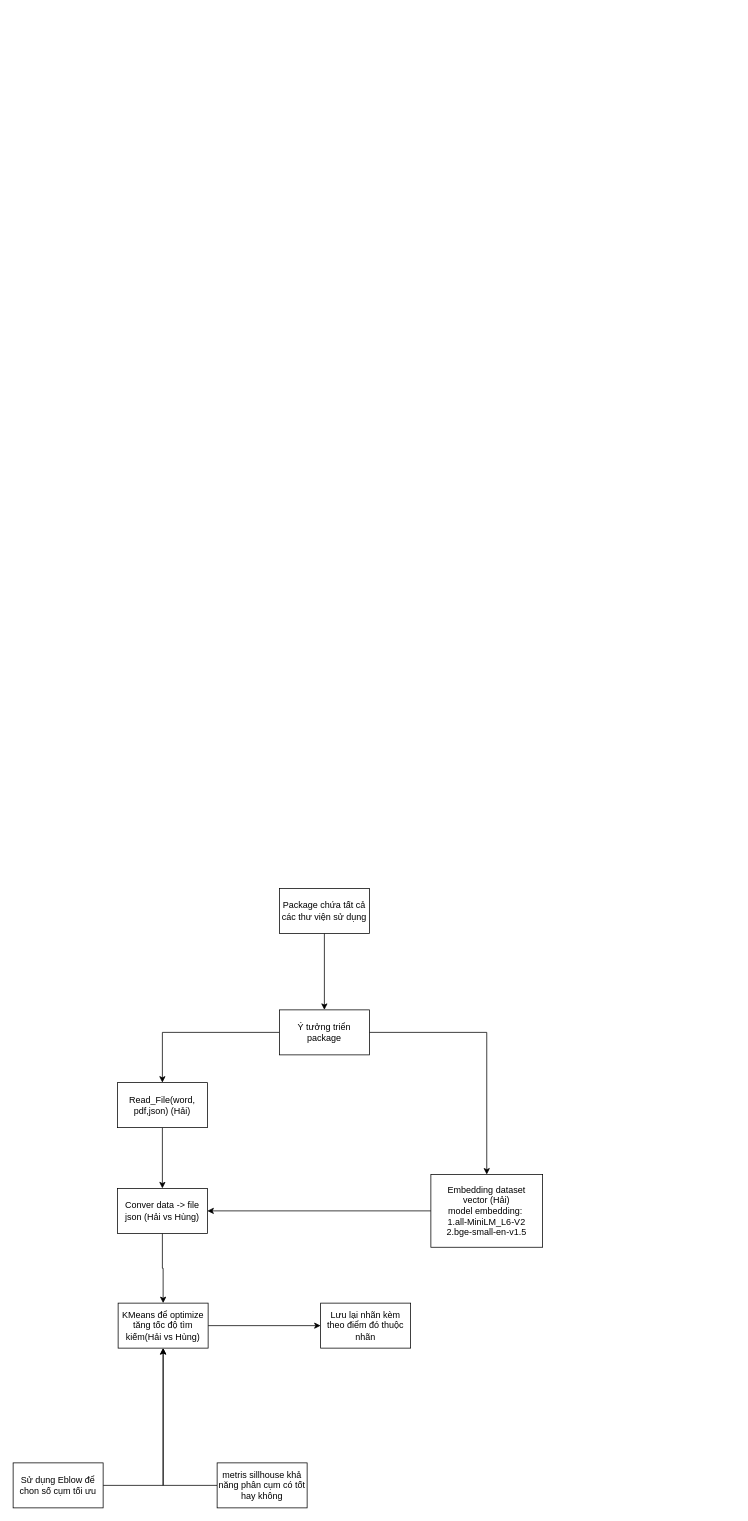
Earlier version of the draw.io diagram page "Hải Nguyễn vs Hùng(Viết package)" (2 of 7) of ID.drawio (PhamVanHung412004/Building_a_physics_problem_solving_system). Source tidied: cells renumbered, new cells numbered last; positions are measured from the earlier drawing's top-left corner, leaving out a move shared by most shapes. Both pictures are drawn from the tidied source at 75%, with x=0, y=0 at pixel (13, 888).
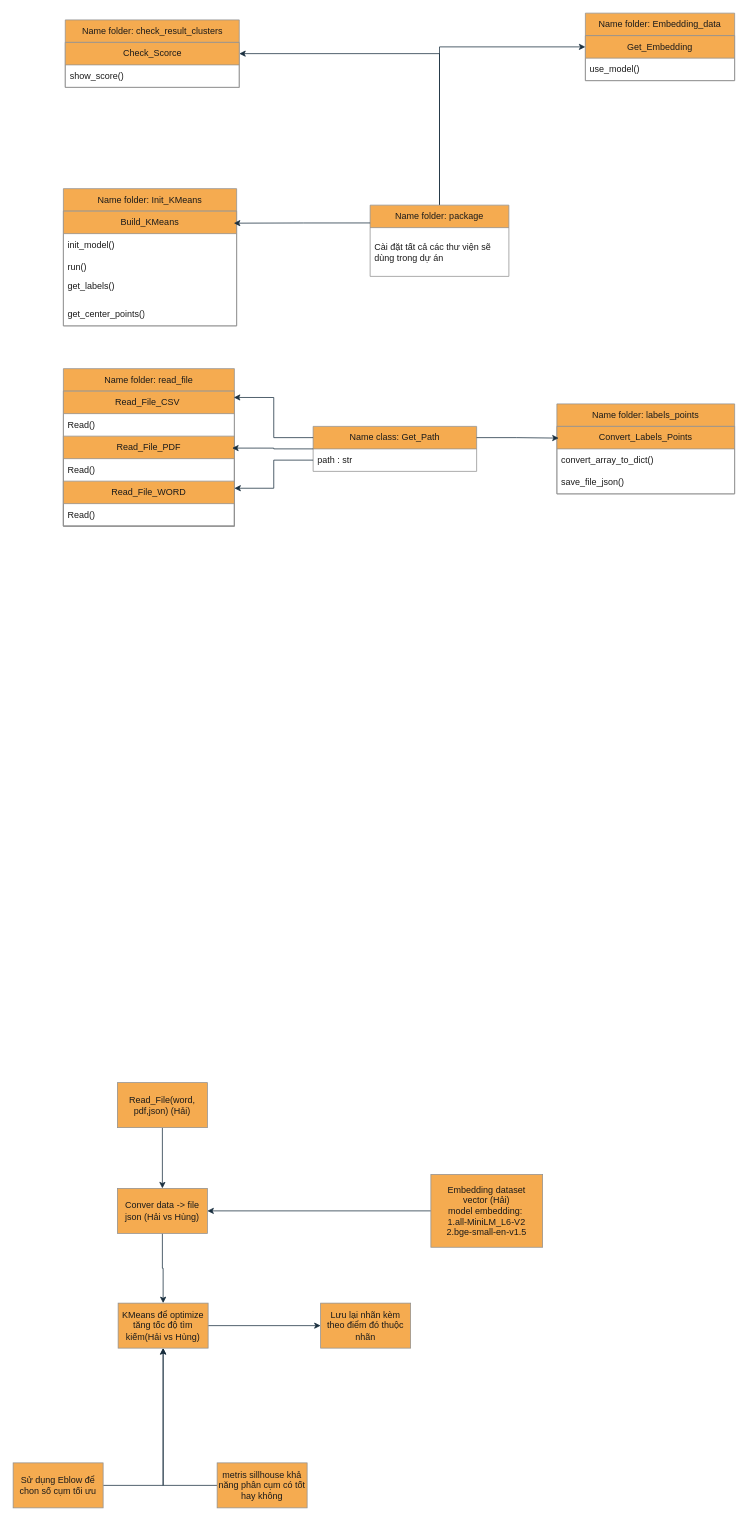
The same page after the edit.

What changed in the source:
```diff
@@
-    <mxCell id="2" style="edgeStyle=orthogonalEdgeStyle;rounded=0;jettySize=auto;html=1;" parent="1" edge="1" source="4" target="6">
-      <mxGeometry relative="1" as="geometry" />
-    </mxCell>
-    <mxCell id="3" style="edgeStyle=orthogonalEdgeStyle;rounded=0;jettySize=auto;html=1;" parent="1" edge="1" source="4" target="8">
-      <mxGeometry relative="1" as="geometry" />
-    </mxCell>
-    <mxCell id="4" value="Ý tưởng triển package" style="rounded=0;whiteSpace=wrap;html=1;" parent="1" vertex="1">
-      <mxGeometry x="355" y="162" width="120" height="60" as="geometry" />
-    </mxCell>
-    <mxCell id="5" style="edgeStyle=orthogonalEdgeStyle;rounded=0;jettySize=auto;html=1;" parent="1" edge="1" source="6" target="10">
+    <mxCell id="5" style="edgeStyle=orthogonalEdgeStyle;rounded=0;jettySize=auto;html=1;labelBackgroundColor=none;fontColor=default;strokeColor=#182E3E;" parent="1" edge="1" source="6" target="10">
       <mxGeometry relative="1" as="geometry" />
     </mxCell>
-    <mxCell id="6" value="Read_File(word, pdf,json) (Hải)" style="whiteSpace=wrap;html=1;rounded=0;" parent="1" vertex="1">
+    <mxCell id="6" value="Read_File(word, pdf,json) (Hải)" style="whiteSpace=wrap;html=1;rounded=0;labelBackgroundColor=none;fillColor=#F5AB50;strokeColor=#909090;fontColor=#1A1A1A;" parent="1" vertex="1">
       <mxGeometry x="139" y="259" width="120" height="60" as="geometry" />
     </mxCell>
-    <mxCell id="7" style="edgeStyle=orthogonalEdgeStyle;rounded=0;jettySize=auto;html=1;entryX=1;entryY=0.5;entryDx=0;entryDy=0;" parent="1" edge="1" source="8" target="10">
+    <mxCell id="7" style="edgeStyle=orthogonalEdgeStyle;rounded=0;jettySize=auto;html=1;entryX=1;entryY=0.5;entryDx=0;entryDy=0;labelBackgroundColor=none;fontColor=default;strokeColor=#182E3E;" parent="1" edge="1" source="8" target="10">
       <mxGeometry relative="1" as="geometry" />
     </mxCell>
-    <mxCell id="8" value="Embedding dataset&lt;div&gt;vector (Hải)&lt;/div&gt;&lt;div&gt;model embedding:&amp;nbsp;&lt;div&gt;1.all-MiniLM_L6-V2&lt;div&gt;2.bge-small-en-v1.5&lt;/div&gt;&lt;/div&gt;&lt;/div&gt;" style="whiteSpace=wrap;html=1;rounded=0;" parent="1" vertex="1">
+    <mxCell id="8" value="Embedding dataset&lt;div&gt;vector (Hải)&lt;/div&gt;&lt;div&gt;model embedding:&amp;nbsp;&lt;div&gt;1.all-MiniLM_L6-V2&lt;div&gt;2.bge-small-en-v1.5&lt;/div&gt;&lt;/div&gt;&lt;/div&gt;" style="whiteSpace=wrap;html=1;rounded=0;labelBackgroundColor=none;fillColor=#F5AB50;strokeColor=#909090;fontColor=#1A1A1A;" parent="1" vertex="1">
       <mxGeometry x="557" y="381.5" width="149" height="97" as="geometry" />
     </mxCell>
-    <mxCell id="9" style="edgeStyle=orthogonalEdgeStyle;rounded=0;jettySize=auto;html=1;entryX=0.5;entryY=0;entryDx=0;entryDy=0;" parent="1" edge="1" source="10" target="12">
+    <mxCell id="9" style="edgeStyle=orthogonalEdgeStyle;rounded=0;jettySize=auto;html=1;entryX=0.5;entryY=0;entryDx=0;entryDy=0;labelBackgroundColor=none;fontColor=default;strokeColor=#182E3E;" parent="1" edge="1" source="10" target="12">
       <mxGeometry relative="1" as="geometry" />
     </mxCell>
-    <mxCell id="10" value="Conver data -&amp;gt; file json (Hải vs Hùng)" style="whiteSpace=wrap;html=1;rounded=0;" parent="1" vertex="1">
+    <mxCell id="10" value="Conver data -&amp;gt; file json (Hải vs Hùng)" style="whiteSpace=wrap;html=1;rounded=0;labelBackgroundColor=none;fillColor=#F5AB50;strokeColor=#909090;fontColor=#1A1A1A;" parent="1" vertex="1">
       <mxGeometry x="139" y="400" width="120" height="60" as="geometry" />
     </mxCell>
-    <mxCell id="11" style="edgeStyle=orthogonalEdgeStyle;rounded=0;jettySize=auto;html=1;" parent="1" edge="1" source="12" target="17">
+    <mxCell id="11" style="edgeStyle=orthogonalEdgeStyle;rounded=0;jettySize=auto;html=1;labelBackgroundColor=none;fontColor=default;strokeColor=#182E3E;" parent="1" edge="1" source="12" target="17">
       <mxGeometry relative="1" as="geometry" />
     </mxCell>
-    <mxCell id="12" value="KMeans để optimize tăng tốc độ tìm kiếm(Hải vs Hùng)" style="rounded=0;whiteSpace=wrap;html=1;" parent="1" vertex="1">
+    <mxCell id="12" value="KMeans để optimize tăng tốc độ tìm kiếm(Hải vs Hùng)" style="rounded=0;whiteSpace=wrap;html=1;labelBackgroundColor=none;fillColor=#F5AB50;strokeColor=#909090;fontColor=#1A1A1A;" parent="1" vertex="1">
       <mxGeometry x="140" y="553" width="120" height="60" as="geometry" />
     </mxCell>
-    <mxCell id="13" style="edgeStyle=orthogonalEdgeStyle;rounded=0;jettySize=auto;html=1;exitX=1;exitY=0.5;exitDx=0;exitDy=0;entryX=0.5;entryY=1;entryDx=0;entryDy=0;" parent="1" edge="1" source="14" target="12">
+    <mxCell id="13" style="edgeStyle=orthogonalEdgeStyle;rounded=0;jettySize=auto;html=1;exitX=1;exitY=0.5;exitDx=0;exitDy=0;entryX=0.5;entryY=1;entryDx=0;entryDy=0;labelBackgroundColor=none;fontColor=default;strokeColor=#182E3E;" parent="1" edge="1" source="14" target="12">
       <mxGeometry relative="1" as="geometry" />
     </mxCell>
-    <mxCell id="14" value="Sử dụng Eblow để chon số cụm tối ưu" style="rounded=0;whiteSpace=wrap;html=1;" parent="1" vertex="1">
+    <mxCell id="14" value="Sử dụng Eblow để chon số cụm tối ưu" style="rounded=0;whiteSpace=wrap;html=1;labelBackgroundColor=none;fillColor=#F5AB50;strokeColor=#909090;fontColor=#1A1A1A;" parent="1" vertex="1">
       <mxGeometry y="766" width="120" height="60" as="geometry" />
     </mxCell>
-    <mxCell id="15" style="edgeStyle=orthogonalEdgeStyle;rounded=0;jettySize=auto;html=1;exitX=0;exitY=0.5;exitDx=0;exitDy=0;entryX=0.5;entryY=1;entryDx=0;entryDy=0;" parent="1" edge="1" source="16" target="12">
+    <mxCell id="15" style="edgeStyle=orthogonalEdgeStyle;rounded=0;jettySize=auto;html=1;exitX=0;exitY=0.5;exitDx=0;exitDy=0;entryX=0.5;entryY=1;entryDx=0;entryDy=0;labelBackgroundColor=none;fontColor=default;strokeColor=#182E3E;" parent="1" edge="1" source="16" target="12">
       <mxGeometry relative="1" as="geometry" />
     </mxCell>
-    <mxCell id="16" value="metris sillhouse khả năng phân cụm có tốt hay không" style="whiteSpace=wrap;html=1;" parent="1" vertex="1">
+    <mxCell id="16" value="metris sillhouse khả năng phân cụm có tốt hay không" style="whiteSpace=wrap;html=1;labelBackgroundColor=none;fillColor=#F5AB50;strokeColor=#909090;fontColor=#1A1A1A;" parent="1" vertex="1">
       <mxGeometry x="272" y="766" width="120" height="60" as="geometry" />
     </mxCell>
-    <mxCell id="17" value="Lưu lại nhãn kèm theo điểm đó thuộc nhãn" style="whiteSpace=wrap;html=1;rounded=0;" parent="1" vertex="1">
+    <mxCell id="17" value="Lưu lại nhãn kèm theo điểm đó thuộc nhãn" style="whiteSpace=wrap;html=1;rounded=0;labelBackgroundColor=none;fillColor=#F5AB50;strokeColor=#909090;fontColor=#1A1A1A;" parent="1" vertex="1">
       <mxGeometry x="410" y="553" width="120" height="60" as="geometry" />
     </mxCell>
-    <mxCell id="18" style="edgeStyle=orthogonalEdgeStyle;rounded=0;jettySize=auto;html=1;entryX=0.5;entryY=0;entryDx=0;entryDy=0;" parent="1" edge="1" source="19" target="4">
-      <mxGeometry relative="1" as="geometry" />
-    </mxCell>
-    <mxCell id="19" value="Package chứa tất cả các thư viện sử dụng" style="rounded=0;whiteSpace=wrap;html=1;" parent="1" vertex="1">
-      <mxGeometry x="355" width="120" height="60" as="geometry" />
-    </mxCell>
+    <mxCell id="20" style="edgeStyle=orthogonalEdgeStyle;rounded=0;jettySize=auto;html=1;exitX=0.5;exitY=0;exitDx=0;exitDy=0;entryX=1;entryY=0.25;entryDx=0;entryDy=0;strokeColor=#182E3E;fontColor=#1A1A1A;" parent="1" edge="1" source="22" target="25">
+      <mxGeometry relative="1" as="geometry" />
+    </mxCell>
+    <mxCell id="21" style="edgeStyle=orthogonalEdgeStyle;rounded=0;jettySize=auto;html=1;exitX=0.5;exitY=0;exitDx=0;exitDy=0;entryX=0;entryY=0.5;entryDx=0;entryDy=0;strokeColor=#182E3E;fontColor=#1A1A1A;" parent="1" edge="1" source="22" target="27">
+      <mxGeometry relative="1" as="geometry" />
+    </mxCell>
+    <mxCell id="22" value="Name folder: package" style="swimlane;fontStyle=0;horizontal=1;startSize=30;whiteSpace=wrap;html=1;labelBackgroundColor=none;fillColor=#F5AB50;strokeColor=#909090;fontColor=#1A1A1A;" parent="1" vertex="1">
+      <mxGeometry x="476" y="-911" width="185" height="95" as="geometry" />
+    </mxCell>
+    <mxCell id="23" value="Cài đặt tất cả các thư viện sẽ dùng trong dự án" style="text;strokeColor=none;fillColor=none;align=left;verticalAlign=middle;spacingLeft=4;spacingRight=4;overflow=hidden;whiteSpace=wrap;html=1;labelBackgroundColor=none;fontColor=#1A1A1A;" parent="22" vertex="1">
+      <mxGeometry y="30" width="185" height="65" as="geometry" />
+    </mxCell>
+    <mxCell id="24" value="Name folder: check_result_clusters" style="swimlane;fontStyle=0;horizontal=1;startSize=30;whiteSpace=wrap;html=1;labelBackgroundColor=none;fillColor=#F5AB50;strokeColor=#909090;fontColor=#1A1A1A;" parent="1" vertex="1">
+      <mxGeometry x="69.5" y="-1158" width="232" height="90" as="geometry" />
+    </mxCell>
+    <mxCell id="25" value="&lt;span style=&quot;text-align: left;&quot;&gt;Check_Scorce&lt;/span&gt;" style="swimlane;fontStyle=0;horizontal=1;startSize=30;whiteSpace=wrap;html=1;strokeColor=#909090;fontColor=#1A1A1A;fillColor=#F5AB50;" parent="24" vertex="1">
+      <mxGeometry y="30" width="232" height="60" as="geometry" />
+    </mxCell>
+    <mxCell id="26" value="show_score()" style="text;strokeColor=none;fillColor=none;align=left;verticalAlign=middle;spacingLeft=4;spacingRight=4;overflow=hidden;whiteSpace=wrap;html=1;fontColor=#1A1A1A;" parent="25" vertex="1">
+      <mxGeometry y="30" width="232" height="30" as="geometry" />
+    </mxCell>
+    <mxCell id="27" value="Name folder: Embedding_data" style="swimlane;fontStyle=0;horizontal=1;startSize=30;whiteSpace=wrap;html=1;strokeColor=#909090;fontColor=#1A1A1A;fillColor=#F5AB50;" parent="1" vertex="1">
+      <mxGeometry x="763" y="-1167" width="199" height="90" as="geometry" />
+    </mxCell>
+    <mxCell id="28" value="Get_Embedding" style="swimlane;fontStyle=0;horizontal=1;startSize=30;whiteSpace=wrap;html=1;strokeColor=#909090;fontColor=#1A1A1A;fillColor=#F5AB50;" parent="27" vertex="1">
+      <mxGeometry y="30" width="199" height="60" as="geometry" />
+    </mxCell>
+    <mxCell id="29" value="use_model()" style="text;strokeColor=none;fillColor=none;align=left;verticalAlign=middle;spacingLeft=4;spacingRight=4;overflow=hidden;whiteSpace=wrap;html=1;fontColor=#1A1A1A;" parent="28" vertex="1">
+      <mxGeometry y="30" width="199" height="30" as="geometry" />
+    </mxCell>
+    <mxCell id="30" value="Name folder: labels_points" style="swimlane;fontStyle=0;horizontal=1;startSize=30;whiteSpace=wrap;html=1;strokeColor=#909090;fontColor=#1A1A1A;fillColor=#F5AB50;" parent="1" vertex="1">
+      <mxGeometry x="725" y="-646" width="237" height="120" as="geometry" />
+    </mxCell>
+    <mxCell id="31" value="Convert_Labels_Points" style="swimlane;fontStyle=0;horizontal=1;startSize=30;whiteSpace=wrap;html=1;strokeColor=#909090;fontColor=#1A1A1A;fillColor=#F5AB50;" parent="30" vertex="1">
+      <mxGeometry y="30" width="237" height="90" as="geometry" />
+    </mxCell>
+    <mxCell id="32" value="convert_array_to_dict()" style="text;strokeColor=none;fillColor=none;align=left;verticalAlign=middle;spacingLeft=4;spacingRight=4;overflow=hidden;whiteSpace=wrap;html=1;fontColor=#1A1A1A;" parent="31" vertex="1">
+      <mxGeometry y="30" width="237" height="30" as="geometry" />
+    </mxCell>
+    <mxCell id="33" value="save_file_json()" style="text;strokeColor=none;fillColor=none;align=left;verticalAlign=middle;spacingLeft=4;spacingRight=4;overflow=hidden;whiteSpace=wrap;html=1;fontColor=#1A1A1A;" parent="31" vertex="1">
+      <mxGeometry y="60" width="237" height="30" as="geometry" />
+    </mxCell>
+    <mxCell id="34" value="Name folder: read_file" style="swimlane;fontStyle=0;horizontal=1;startSize=30;whiteSpace=wrap;html=1;strokeColor=#909090;fontColor=#1A1A1A;fillColor=#F5AB50;" parent="1" vertex="1">
+      <mxGeometry x="67" y="-693" width="228" height="210" as="geometry" />
+    </mxCell>
+    <mxCell id="35" value="Read_File_CSV&amp;nbsp;" style="swimlane;fontStyle=0;horizontal=1;startSize=30;whiteSpace=wrap;html=1;strokeColor=#909090;fontColor=#1A1A1A;fillColor=#F5AB50;" parent="34" vertex="1">
+      <mxGeometry y="30" width="228" height="180" as="geometry" />
+    </mxCell>
+    <mxCell id="36" value="Read()" style="text;strokeColor=none;fillColor=none;align=left;verticalAlign=middle;spacingLeft=4;spacingRight=4;overflow=hidden;whiteSpace=wrap;html=1;fontColor=#1A1A1A;" parent="35" vertex="1">
+      <mxGeometry y="30" width="228" height="30" as="geometry" />
+    </mxCell>
+    <mxCell id="37" value="Read_File_PDF" style="swimlane;fontStyle=0;horizontal=1;startSize=30;whiteSpace=wrap;html=1;strokeColor=#909090;fontColor=#1A1A1A;fillColor=#F5AB50;" parent="35" vertex="1">
+      <mxGeometry y="60" width="228" height="120" as="geometry" />
+    </mxCell>
+    <mxCell id="38" value="Read()" style="text;strokeColor=none;fillColor=none;align=left;verticalAlign=middle;spacingLeft=4;spacingRight=4;overflow=hidden;whiteSpace=wrap;html=1;fontColor=#1A1A1A;" parent="37" vertex="1">
+      <mxGeometry y="30" width="228" height="30" as="geometry" />
+    </mxCell>
+    <mxCell id="39" value="Read_File_WORD" style="swimlane;fontStyle=0;horizontal=1;startSize=30;whiteSpace=wrap;html=1;strokeColor=#909090;fontColor=#1A1A1A;fillColor=#F5AB50;" parent="37" vertex="1">
+      <mxGeometry y="60" width="228" height="60" as="geometry" />
+    </mxCell>
+    <mxCell id="40" value="Read()" style="text;strokeColor=none;fillColor=none;align=left;verticalAlign=middle;spacingLeft=4;spacingRight=4;overflow=hidden;whiteSpace=wrap;html=1;fontColor=#1A1A1A;" parent="39" vertex="1">
+      <mxGeometry y="30" width="228" height="30" as="geometry" />
+    </mxCell>
+    <mxCell id="41" value="Name folder: Init_KMeans" style="swimlane;fontStyle=0;horizontal=1;startSize=30;whiteSpace=wrap;html=1;strokeColor=#909090;fontColor=#1A1A1A;fillColor=#F5AB50;" parent="1" vertex="1">
+      <mxGeometry x="67" y="-933" width="231" height="183" as="geometry" />
+    </mxCell>
+    <mxCell id="42" value="Build_KMeans" style="swimlane;fontStyle=0;horizontal=1;startSize=30;whiteSpace=wrap;html=1;strokeColor=#909090;fontColor=#1A1A1A;fillColor=#F5AB50;" parent="41" vertex="1">
+      <mxGeometry y="30" width="231" height="153" as="geometry" />
+    </mxCell>
+    <mxCell id="43" value="init_model()" style="text;strokeColor=none;fillColor=none;align=left;verticalAlign=middle;spacingLeft=4;spacingRight=4;overflow=hidden;whiteSpace=wrap;html=1;fontColor=#1A1A1A;" parent="42" vertex="1">
+      <mxGeometry y="30" width="231" height="30" as="geometry" />
+    </mxCell>
+    <mxCell id="44" value="run()" style="text;strokeColor=none;fillColor=none;align=left;verticalAlign=middle;spacingLeft=4;spacingRight=4;overflow=hidden;whiteSpace=wrap;html=1;fontColor=#1A1A1A;" parent="42" vertex="1">
+      <mxGeometry y="60" width="231" height="30" as="geometry" />
+    </mxCell>
+    <mxCell id="45" value="get_labels()&lt;div&gt;&lt;br&gt;&lt;/div&gt;" style="text;strokeColor=none;fillColor=none;align=left;verticalAlign=middle;spacingLeft=4;spacingRight=4;overflow=hidden;whiteSpace=wrap;html=1;fontColor=#1A1A1A;" parent="42" vertex="1">
+      <mxGeometry y="90" width="231" height="32" as="geometry" />
+    </mxCell>
+    <mxCell id="46" value="get_center_points()" style="text;strokeColor=none;fillColor=none;align=left;verticalAlign=middle;spacingLeft=4;spacingRight=4;overflow=hidden;whiteSpace=wrap;html=1;fontColor=#1A1A1A;" parent="42" vertex="1">
+      <mxGeometry y="122" width="231" height="31" as="geometry" />
+    </mxCell>
+    <mxCell id="47" value="Name class: Get_Path" style="swimlane;fontStyle=0;horizontal=1;startSize=30;whiteSpace=wrap;html=1;strokeColor=#909090;fontColor=#1A1A1A;fillColor=#F5AB50;" parent="1" vertex="1">
+      <mxGeometry x="400" y="-616" width="218" height="60" as="geometry" />
+    </mxCell>
+    <mxCell id="48" value="path : str" style="text;strokeColor=none;fillColor=none;align=left;verticalAlign=middle;spacingLeft=4;spacingRight=4;overflow=hidden;points=[[0,0.5],[1,0.5]];portConstraint=eastwest;whiteSpace=wrap;html=1;fontColor=#1A1A1A;" parent="47" vertex="1">
+      <mxGeometry y="30" width="218" height="30" as="geometry" />
+    </mxCell>
+    <mxCell id="49" style="edgeStyle=orthogonalEdgeStyle;rounded=0;jettySize=auto;html=1;exitX=0;exitY=0.5;exitDx=0;exitDy=0;entryX=0.987;entryY=0.133;entryDx=0;entryDy=0;entryPerimeter=0;strokeColor=#182E3E;fontColor=#1A1A1A;" parent="1" edge="1" source="47" target="37">
+      <mxGeometry relative="1" as="geometry" />
+    </mxCell>
+    <mxCell id="50" style="edgeStyle=orthogonalEdgeStyle;rounded=0;jettySize=auto;html=1;exitX=0;exitY=0.5;exitDx=0;exitDy=0;entryX=1;entryY=0.158;entryDx=0;entryDy=0;entryPerimeter=0;strokeColor=#182E3E;fontColor=#1A1A1A;" parent="1" edge="1" source="48" target="39">
+      <mxGeometry relative="1" as="geometry" />
+    </mxCell>
+    <mxCell id="51" style="edgeStyle=orthogonalEdgeStyle;rounded=0;jettySize=auto;html=1;exitX=0;exitY=0.25;exitDx=0;exitDy=0;entryX=0.997;entryY=0.047;entryDx=0;entryDy=0;entryPerimeter=0;strokeColor=#182E3E;fontColor=#1A1A1A;" parent="1" edge="1" source="47" target="35">
+      <mxGeometry relative="1" as="geometry" />
+    </mxCell>
+    <mxCell id="52" style="edgeStyle=orthogonalEdgeStyle;rounded=0;jettySize=auto;html=1;exitX=0;exitY=0.25;exitDx=0;exitDy=0;entryX=0.984;entryY=0.105;entryDx=0;entryDy=0;entryPerimeter=0;strokeColor=#182E3E;fontColor=#1A1A1A;" parent="1" edge="1" source="22" target="42">
+      <mxGeometry relative="1" as="geometry" />
+    </mxCell>
+    <mxCell id="53" style="edgeStyle=orthogonalEdgeStyle;rounded=0;jettySize=auto;html=1;exitX=1;exitY=0.25;exitDx=0;exitDy=0;entryX=0.01;entryY=0.174;entryDx=0;entryDy=0;entryPerimeter=0;strokeColor=#182E3E;fontColor=#1A1A1A;" parent="1" edge="1" source="47" target="31">
+      <mxGeometry relative="1" as="geometry" />
+    </mxCell>
```
